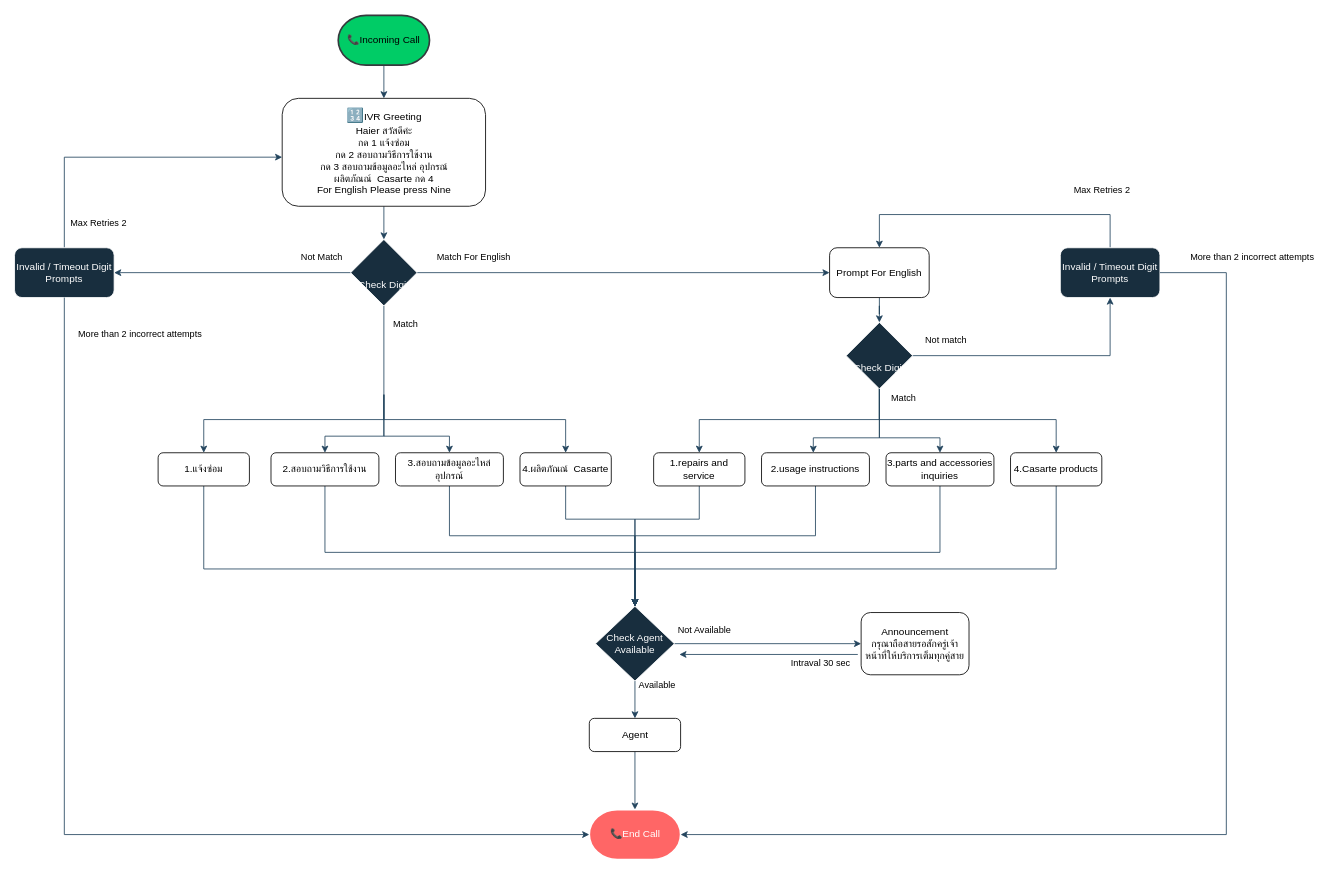
This is docs/Call Flow Haier.drawio from Anurak-Creator/ANURAK-HOMELAB, a draw.io file, before an edit. Source tidied: cells renumbered, new cells numbered last; positions are measured from the earlier drawing's top-left corner, leaving out a move shared by most shapes. Both pictures are drawn from the tidied source at 83%, with x=0, y=0 at pixel (14, 15).
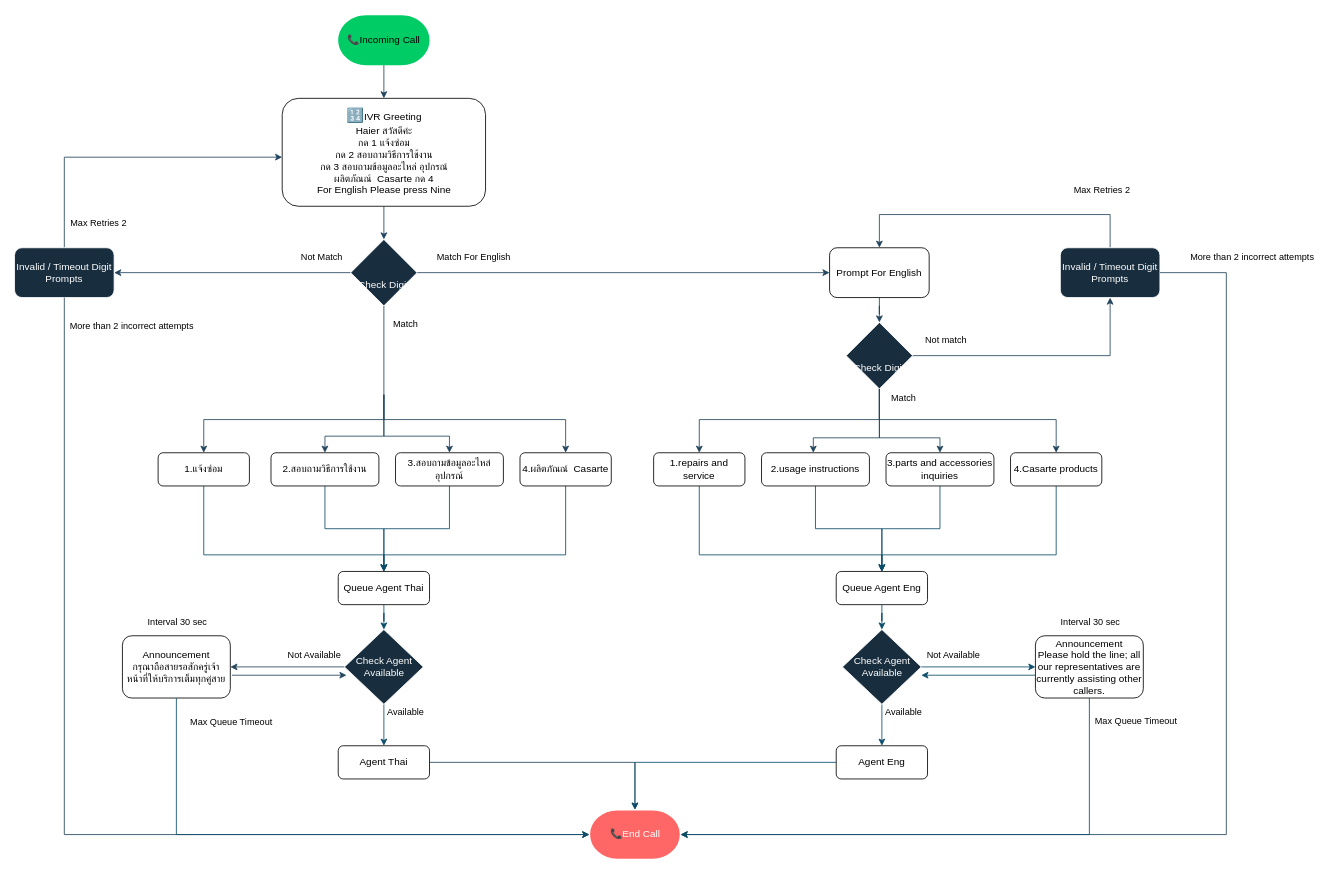
The same page after the edit.

The change refers to these unchanged cells:
```xml
<mxCell id="7" value="1.แจ้งซ่อม" style="rounded=1;whiteSpace=wrap;html=1;roundedPerimeter=1;" parent="1" vertex="1">
  <mxGeometry x="173" y="527" width="110" height="40" as="geometry" />
</mxCell>
<mxCell id="9" value="2.สอบถามวิธีการใช้งาน" style="rounded=1;whiteSpace=wrap;html=1;roundedPerimeter=1;" parent="1" vertex="1">
  <mxGeometry x="309" y="527" width="130" height="40" as="geometry" />
</mxCell>
<mxCell id="11" value="&lt;div&gt;3.สอบถามข้อมูลอะไหล่ อุปกรณ์&lt;/div&gt;" style="rounded=1;whiteSpace=wrap;html=1;roundedPerimeter=1;" parent="1" vertex="1">
  <mxGeometry x="459" y="527" width="130" height="40" as="geometry" />
</mxCell>
<mxCell id="13" value="4.ผลิตภัณณ์&amp;nbsp; Casarte" style="rounded=1;whiteSpace=wrap;html=1;roundedPerimeter=1;" parent="1" vertex="1">
  <mxGeometry x="609" y="527" width="110" height="40" as="geometry" />
</mxCell>
<mxCell id="35" value="1.repairs and service" style="rounded=1;whiteSpace=wrap;html=1;roundedPerimeter=1;" parent="1" vertex="1">
  <mxGeometry x="770" y="527" width="110" height="40" as="geometry" />
</mxCell>
<mxCell id="37" value="2.usage instructions" style="rounded=1;whiteSpace=wrap;html=1;roundedPerimeter=1;" parent="1" vertex="1">
  <mxGeometry x="900" y="527" width="130" height="40" as="geometry" />
</mxCell>
<mxCell id="39" value="&lt;div&gt;3.parts and accessories inquiries&lt;/div&gt;" style="rounded=1;whiteSpace=wrap;html=1;roundedPerimeter=1;" parent="1" vertex="1">
  <mxGeometry x="1050" y="527" width="130" height="40" as="geometry" />
</mxCell>
<mxCell id="41" value="4.Casarte products" style="rounded=1;whiteSpace=wrap;html=1;roundedPerimeter=1;" parent="1" vertex="1">
  <mxGeometry x="1200" y="527" width="110" height="40" as="geometry" />
</mxCell>
<mxCell id="50" value="📞End Call" style="strokeWidth=2;html=1;shape=mxgraph.flowchart.terminator;whiteSpace=wrap;labelBackgroundColor=none;fillColor=#FF6666;strokeColor=#FFFFFF;fontColor=#FFFFFF;" parent="1" vertex="1">
  <mxGeometry x="692.5" y="957" width="110" height="60" as="geometry" />
</mxCell>
<mxCell id="59" style="edgeStyle=orthogonalEdgeStyle;rounded=0;jettySize=auto;html=1;entryX=0;entryY=0.5;entryDx=0;entryDy=0;entryPerimeter=0;strokeColor=#23445D;defaultLabelBackgroundColor=page;" parent="1" edge="1" source="26" target="50">
  <mxGeometry relative="1" as="geometry">
    <Array as="points">
      <mxPoint x="60" y="987" />
    </Array>
  </mxGeometry>
</mxCell>
```

What changed in the source:
```diff
@@
-    <mxCell id="3" value="📞Incoming Call" style="strokeWidth=2;html=1;shape=mxgraph.flowchart.terminator;whiteSpace=wrap;labelBackgroundColor=none;fillColor=#00CC66;strokeColor=#36393d;" parent="1" vertex="1">
+    <mxCell id="3" value="📞Incoming Call" style="strokeWidth=2;html=1;shape=mxgraph.flowchart.terminator;whiteSpace=wrap;labelBackgroundColor=none;fillColor=#00CC66;strokeColor=none;" parent="1" vertex="1">
       <mxGeometry x="390" width="110" height="60" as="geometry" />
     </mxCell>
@@
-    <mxCell id="6" style="edgeStyle=orthogonalEdgeStyle;rounded=0;jettySize=auto;html=1;strokeColor=#23445D;defaultLabelBackgroundColor=page;" parent="1" edge="1" source="7" target="46">
-      <mxGeometry relative="1" as="geometry">
-        <Array as="points">
-          <mxPoint x="228" y="667" />
-          <mxPoint x="747.5" y="667" />
-        </Array>
-      </mxGeometry>
-    </mxCell>
+    <mxCell id="63" style="edgeStyle=orthogonalEdgeStyle;rounded=0;jettySize=auto;html=1;entryX=0.5;entryY=0;entryDx=0;entryDy=0;strokeColor=#0B4D6A;defaultLabelBackgroundColor=page;" parent="1" edge="1" source="7" target="74">
+      <mxGeometry relative="1" as="geometry">
+        <Array as="points">
+          <mxPoint x="228" y="650" />
+          <mxPoint x="445" y="650" />
+        </Array>
+      </mxGeometry>
+    </mxCell>
@@
-    <mxCell id="8" style="edgeStyle=orthogonalEdgeStyle;rounded=0;jettySize=auto;html=1;entryX=0.5;entryY=0;entryDx=0;entryDy=0;strokeColor=#23445D;defaultLabelBackgroundColor=page;exitX=0.5;exitY=1;exitDx=0;exitDy=0;" parent="1" edge="1" source="9" target="46">
-      <mxGeometry relative="1" as="geometry">
-        <Array as="points">
-          <mxPoint x="374" y="647" />
-          <mxPoint x="747.5" y="647" />
-        </Array>
-      </mxGeometry>
-    </mxCell>
+    <mxCell id="64" style="edgeStyle=orthogonalEdgeStyle;rounded=0;jettySize=auto;html=1;entryX=0.5;entryY=0;entryDx=0;entryDy=0;strokeColor=#0B4D6A;defaultLabelBackgroundColor=page;" parent="1" edge="1" source="9" target="74">
+      <mxGeometry relative="1" as="geometry" />
+    </mxCell>
@@
-    <mxCell id="10" style="edgeStyle=orthogonalEdgeStyle;rounded=0;jettySize=auto;html=1;strokeColor=#23445D;defaultLabelBackgroundColor=page;" parent="1" edge="1" source="11" target="46">
-      <mxGeometry relative="1" as="geometry">
-        <Array as="points">
-          <mxPoint x="524" y="627" />
-          <mxPoint x="747.5" y="627" />
-        </Array>
-      </mxGeometry>
-    </mxCell>
+    <mxCell id="65" style="edgeStyle=orthogonalEdgeStyle;rounded=0;jettySize=auto;html=1;entryX=0.5;entryY=0;entryDx=0;entryDy=0;strokeColor=#0B4D6A;defaultLabelBackgroundColor=page;" parent="1" edge="1" source="11" target="74">
+      <mxGeometry relative="1" as="geometry" />
+    </mxCell>
@@
-    <mxCell id="12" style="edgeStyle=orthogonalEdgeStyle;rounded=0;jettySize=auto;html=1;entryX=0.5;entryY=0;entryDx=0;entryDy=0;strokeColor=#23445D;defaultLabelBackgroundColor=page;" parent="1" edge="1" source="13" target="46">
-      <mxGeometry relative="1" as="geometry">
-        <Array as="points">
-          <mxPoint x="664" y="607" />
-          <mxPoint x="747.5" y="607" />
-        </Array>
-      </mxGeometry>
-    </mxCell>
+    <mxCell id="66" style="edgeStyle=orthogonalEdgeStyle;rounded=0;jettySize=auto;html=1;entryX=0.5;entryY=0;entryDx=0;entryDy=0;strokeColor=#0B4D6A;defaultLabelBackgroundColor=page;" parent="1" edge="1" source="13" target="74">
+      <mxGeometry relative="1" as="geometry">
+        <Array as="points">
+          <mxPoint x="664" y="650" />
+          <mxPoint x="445" y="650" />
+        </Array>
+      </mxGeometry>
+    </mxCell>
@@
-    <mxCell id="34" style="edgeStyle=orthogonalEdgeStyle;rounded=0;jettySize=auto;html=1;entryX=0.5;entryY=0;entryDx=0;entryDy=0;strokeColor=#23445D;defaultLabelBackgroundColor=page;" parent="1" edge="1" source="35" target="46">
-      <mxGeometry relative="1" as="geometry">
-        <Array as="points">
-          <mxPoint x="825" y="607" />
-          <mxPoint x="747.5" y="607" />
-        </Array>
-      </mxGeometry>
-    </mxCell>
+    <mxCell id="67" style="edgeStyle=orthogonalEdgeStyle;rounded=0;jettySize=auto;html=1;strokeColor=#0B4D6A;defaultLabelBackgroundColor=page;" parent="1" edge="1" source="35" target="85">
+      <mxGeometry relative="1" as="geometry">
+        <Array as="points">
+          <mxPoint x="825" y="650" />
+          <mxPoint x="1045" y="650" />
+        </Array>
+      </mxGeometry>
+    </mxCell>
@@
-    <mxCell id="36" style="edgeStyle=orthogonalEdgeStyle;rounded=0;jettySize=auto;html=1;entryX=0.5;entryY=0;entryDx=0;entryDy=0;strokeColor=#23445D;defaultLabelBackgroundColor=page;" parent="1" edge="1" source="37" target="46">
-      <mxGeometry relative="1" as="geometry">
-        <Array as="points">
-          <mxPoint x="965" y="627" />
-          <mxPoint x="747.5" y="627" />
-        </Array>
-      </mxGeometry>
-    </mxCell>
+    <mxCell id="68" style="edgeStyle=orthogonalEdgeStyle;rounded=0;jettySize=auto;html=1;entryX=0.5;entryY=0;entryDx=0;entryDy=0;strokeColor=#0B4D6A;defaultLabelBackgroundColor=page;" parent="1" edge="1" source="37" target="85">
+      <mxGeometry relative="1" as="geometry" />
+    </mxCell>
@@
-    <mxCell id="38" style="edgeStyle=orthogonalEdgeStyle;rounded=0;jettySize=auto;html=1;entryX=0.5;entryY=0;entryDx=0;entryDy=0;strokeColor=#23445D;defaultLabelBackgroundColor=page;" parent="1" edge="1" source="39" target="46">
-      <mxGeometry relative="1" as="geometry">
-        <Array as="points">
-          <mxPoint x="1115" y="647" />
-          <mxPoint x="747.5" y="647" />
-        </Array>
-      </mxGeometry>
-    </mxCell>
+    <mxCell id="69" style="edgeStyle=orthogonalEdgeStyle;rounded=0;jettySize=auto;html=1;entryX=0.5;entryY=0;entryDx=0;entryDy=0;strokeColor=#0B4D6A;defaultLabelBackgroundColor=page;" parent="1" edge="1" source="39" target="85">
+      <mxGeometry relative="1" as="geometry" />
+    </mxCell>
@@
-    <mxCell id="40" style="edgeStyle=orthogonalEdgeStyle;rounded=0;jettySize=auto;html=1;strokeColor=#23445D;defaultLabelBackgroundColor=page;entryX=0.5;entryY=0;entryDx=0;entryDy=0;exitX=0.5;exitY=1;exitDx=0;exitDy=0;" parent="1" edge="1" source="41" target="46">
-      <mxGeometry x="0.26" relative="1" as="geometry">
-        <Array as="points">
-          <mxPoint x="1255" y="667" />
-          <mxPoint x="747.5" y="667" />
-        </Array>
-      </mxGeometry>
-    </mxCell>
+    <mxCell id="70" style="edgeStyle=orthogonalEdgeStyle;rounded=0;jettySize=auto;html=1;strokeColor=#0B4D6A;defaultLabelBackgroundColor=page;" parent="1" edge="1" source="41" target="85">
+      <mxGeometry relative="1" as="geometry">
+        <Array as="points">
+          <mxPoint x="1255" y="650" />
+          <mxPoint x="1045" y="650" />
+        </Array>
+      </mxGeometry>
+    </mxCell>
@@
+    <mxCell id="45" style="edgeStyle=orthogonalEdgeStyle;rounded=0;jettySize=auto;html=1;entryX=1;entryY=0.5;entryDx=0;entryDy=0;strokeColor=#23445D;defaultLabelBackgroundColor=page;startArrow=none;startFill=0;" parent="1" edge="1" source="46" target="49">
+      <mxGeometry relative="1" as="geometry" />
+    </mxCell>
+    <mxCell id="71" value="Not Available" style="edgeLabel;html=1;align=center;verticalAlign=middle;inheritText=1;defaultLabelBackgroundColor=page;" parent="45" vertex="1">
+      <mxGeometry x="-0.48" y="1" relative="1" as="geometry">
+        <mxPoint x="-1" y="-16" as="offset" />
+      </mxGeometry>
+    </mxCell>
-    <mxCell id="42" style="edgeStyle=orthogonalEdgeStyle;rounded=0;jettySize=auto;html=1;strokeColor=#23445D;defaultLabelBackgroundColor=page;" parent="1" edge="1" source="46" target="48">
+    <mxCell id="42" style="edgeStyle=orthogonalEdgeStyle;rounded=0;jettySize=auto;html=1;strokeColor=#0B4D6A;defaultLabelBackgroundColor=page;" parent="1" edge="1" source="46" target="48">
       <mxGeometry relative="1" as="geometry" />
     </mxCell>
-    <mxCell id="43" value="Available" style="edgeLabel;html=1;align=center;verticalAlign=middle;inheritText=1;defaultLabelBackgroundColor=page;" parent="42" vertex="1">
-      <mxGeometry x="-0.43" y="2" relative="1" as="geometry">
-        <mxPoint x="24" y="-9" as="offset" />
-      </mxGeometry>
-    </mxCell>
-    <mxCell id="44" value="Not Available" style="edgeLabel;html=1;align=center;verticalAlign=middle;inheritText=1;defaultLabelBackgroundColor=page;" parent="42" vertex="1">
-      <mxGeometry x="-0.43" y="2" relative="1" as="geometry">
-        <mxPoint x="81" y="-75" as="offset" />
-      </mxGeometry>
-    </mxCell>
-    <mxCell id="45" style="edgeStyle=orthogonalEdgeStyle;rounded=0;jettySize=auto;html=1;entryX=0;entryY=0.5;entryDx=0;entryDy=0;strokeColor=#23445D;defaultLabelBackgroundColor=page;startArrow=none;startFill=0;" parent="1" edge="1" source="46" target="49">
-      <mxGeometry relative="1" as="geometry" />
-    </mxCell>
+    <mxCell id="72" value="Available" style="edgeLabel;html=1;align=center;verticalAlign=middle;inheritText=1;defaultLabelBackgroundColor=page;" parent="42" vertex="1">
+      <mxGeometry x="-0.69" y="-2" relative="1" as="geometry">
+        <mxPoint x="27" as="offset" />
+      </mxGeometry>
+    </mxCell>
     <mxCell id="46" value="Check Agent Available" style="rhombus;whiteSpace=wrap;html=1;shapeInside=1;strokeColor=#FFFFFF;fontColor=#FFFFFF;fillColor=#182E3E;" parent="1" vertex="1">
-      <mxGeometry x="700" y="712" width="95" height="90" as="geometry" />
+      <mxGeometry x="397.5" y="740" width="95" height="90" as="geometry" />
     </mxCell>
@@
-    <mxCell id="48" value="Agent" style="rounded=1;whiteSpace=wrap;html=1;roundedPerimeter=1;" parent="1" vertex="1">
-      <mxGeometry x="692.5" y="847" width="110" height="40" as="geometry" />
+    <mxCell id="48" value="Agent Thai" style="rounded=1;whiteSpace=wrap;html=1;roundedPerimeter=1;" parent="1" vertex="1">
+      <mxGeometry x="390" y="880" width="110" height="40" as="geometry" />
     </mxCell>
     <mxCell id="49" value="&lt;div&gt;Announcement&lt;/div&gt;&lt;div&gt;กรุณาถือสายรอสักครู่เจ้าหน้าที่ให้บริการเต็มทุกคู่สาย&lt;/div&gt;" style="rounded=1;whiteSpace=wrap;html=1;roundedPerimeter=1;" parent="1" vertex="1">
-      <mxGeometry x="1020" y="719.5" width="130" height="75" as="geometry" />
+      <mxGeometry x="130" y="747.5" width="130" height="75" as="geometry" />
     </mxCell>
@@
-    <mxCell id="51" style="edgeStyle=orthogonalEdgeStyle;rounded=0;orthogonalLoop=1;jettySize=auto;html=1;entryX=0;entryY=0.5;entryDx=0;entryDy=0;strokeColor=#23445D;defaultLabelBackgroundColor=page;startArrow=classic;startFill=1;endArrow=none;endFill=0;" parent="1" edge="1">
-      <mxGeometry relative="1" as="geometry">
-        <mxPoint x="801" y="770" as="sourcePoint" />
-        <mxPoint x="1016" y="770" as="targetPoint" />
-      </mxGeometry>
-    </mxCell>
-    <mxCell id="52" value="Intraval 30 sec" style="edgeLabel;html=1;align=center;verticalAlign=middle;inheritText=1;defaultLabelBackgroundColor=page;" parent="51" vertex="1">
-      <mxGeometry x="0.67" y="-1" relative="1" as="geometry">
-        <mxPoint x="-11" y="9" as="offset" />
-      </mxGeometry>
-    </mxCell>
@@
     <mxCell id="60" value="More than 2 incorrect attempts" style="edgeLabel;html=1;align=center;verticalAlign=middle;inheritText=1;defaultLabelBackgroundColor=page;" parent="59" vertex="1">
       <mxGeometry x="-0.87" y="1" relative="1" as="geometry">
-        <mxPoint x="89" y="-40" as="offset" />
+        <mxPoint x="79" y="-50" as="offset" />
       </mxGeometry>
     </mxCell>
@@
+    <mxCell id="73" style="edgeStyle=orthogonalEdgeStyle;rounded=0;jettySize=auto;html=1;strokeColor=#0B4D6A;defaultLabelBackgroundColor=page;" parent="1" edge="1" source="74" target="46">
+      <mxGeometry relative="1" as="geometry" />
+    </mxCell>
+    <mxCell id="74" value="Queue Agent Thai" style="rounded=1;whiteSpace=wrap;html=1;roundedPerimeter=1;" parent="1" vertex="1">
+      <mxGeometry x="390" y="670" width="110" height="40" as="geometry" />
+    </mxCell>
+    <mxCell id="75" style="edgeStyle=orthogonalEdgeStyle;rounded=0;jettySize=auto;html=1;entryX=0;entryY=0.5;entryDx=0;entryDy=0;entryPerimeter=0;strokeColor=#0B4D6A;defaultLabelBackgroundColor=page;" parent="1" edge="1" source="49" target="50">
+      <mxGeometry relative="1" as="geometry">
+        <Array as="points">
+          <mxPoint x="195" y="987" />
+        </Array>
+      </mxGeometry>
+    </mxCell>
+    <mxCell id="76" value="Max Queue Timeout" style="edgeLabel;html=1;align=center;verticalAlign=middle;inheritText=1;defaultLabelBackgroundColor=page;" parent="75" vertex="1">
+      <mxGeometry x="-0.87" y="1" relative="1" as="geometry">
+        <mxPoint x="64" y="-15" as="offset" />
+      </mxGeometry>
+    </mxCell>
+    <mxCell id="77" style="edgeStyle=orthogonalEdgeStyle;rounded=0;jettySize=auto;html=1;strokeColor=#0B4D6A;defaultLabelBackgroundColor=page;" parent="1" edge="1" source="81" target="82">
+      <mxGeometry relative="1" as="geometry" />
+    </mxCell>
+    <mxCell id="78" value="Available" style="edgeLabel;html=1;align=center;verticalAlign=middle;inheritText=1;defaultLabelBackgroundColor=page;" parent="77" vertex="1">
+      <mxGeometry x="-0.69" y="-2" relative="1" as="geometry">
+        <mxPoint x="27" as="offset" />
+      </mxGeometry>
+    </mxCell>
+    <mxCell id="79" style="edgeStyle=orthogonalEdgeStyle;rounded=0;jettySize=auto;html=1;entryX=0;entryY=0.5;entryDx=0;entryDy=0;strokeColor=#0B4D6A;defaultLabelBackgroundColor=page;" parent="1" edge="1" source="81" target="83">
+      <mxGeometry relative="1" as="geometry" />
+    </mxCell>
+    <mxCell id="80" value="Not Available" style="edgeLabel;html=1;align=center;verticalAlign=middle;inheritText=1;defaultLabelBackgroundColor=page;" parent="79" vertex="1">
+      <mxGeometry x="-0.41" y="2" relative="1" as="geometry">
+        <mxPoint x="-3" y="-13" as="offset" />
+      </mxGeometry>
+    </mxCell>
+    <mxCell id="81" value="Check Agent Available" style="rhombus;whiteSpace=wrap;html=1;shapeInside=1;strokeColor=#FFFFFF;fontColor=#FFFFFF;fillColor=#182E3E;" parent="1" vertex="1">
+      <mxGeometry x="997.5" y="740" width="95" height="90" as="geometry" />
+    </mxCell>
+    <mxCell id="82" value="Agent Eng" style="rounded=1;whiteSpace=wrap;html=1;roundedPerimeter=1;" parent="1" vertex="1">
+      <mxGeometry x="990" y="880" width="110" height="40" as="geometry" />
+    </mxCell>
+    <mxCell id="83" value="&lt;div&gt;Announcement&lt;/div&gt;&lt;div&gt;Please hold the line; all our representatives are currently assisting other callers.&lt;/div&gt;" style="rounded=1;whiteSpace=wrap;html=1;roundedPerimeter=1;" parent="1" vertex="1">
+      <mxGeometry x="1230" y="747.5" width="130" height="75" as="geometry" />
+    </mxCell>
+    <mxCell id="84" style="edgeStyle=orthogonalEdgeStyle;rounded=0;jettySize=auto;html=1;strokeColor=#0B4D6A;defaultLabelBackgroundColor=page;" parent="1" edge="1" source="85" target="81">
+      <mxGeometry relative="1" as="geometry" />
+    </mxCell>
+    <mxCell id="85" value="Queue Agent Eng" style="rounded=1;whiteSpace=wrap;html=1;roundedPerimeter=1;" parent="1" vertex="1">
+      <mxGeometry x="990" y="670" width="110" height="40" as="geometry" />
+    </mxCell>
+    <mxCell id="86" style="edgeStyle=orthogonalEdgeStyle;rounded=0;jettySize=auto;html=1;entryX=1;entryY=0.5;entryDx=0;entryDy=0;entryPerimeter=0;strokeColor=#0B4D6A;defaultLabelBackgroundColor=page;" parent="1" edge="1" source="83" target="50">
+      <mxGeometry relative="1" as="geometry">
+        <Array as="points">
+          <mxPoint x="1295" y="987" />
+        </Array>
+      </mxGeometry>
+    </mxCell>
+    <mxCell id="87" value="Max Queue Timeout" style="edgeLabel;html=1;align=center;verticalAlign=middle;inheritText=1;defaultLabelBackgroundColor=page;" parent="86" vertex="1">
+      <mxGeometry x="-0.85" relative="1" as="geometry">
+        <mxPoint x="55" y="-22" as="offset" />
+      </mxGeometry>
+    </mxCell>
+    <mxCell id="88" style="edgeStyle=orthogonalEdgeStyle;rounded=0;orthogonalLoop=1;jettySize=auto;html=1;entryX=0;entryY=0.5;entryDx=0;entryDy=0;strokeColor=#0B4D6A;defaultLabelBackgroundColor=page;endArrow=none;endFill=0;startArrow=classic;startFill=1;" parent="1" edge="1">
+      <mxGeometry relative="1" as="geometry">
+        <mxPoint x="1092.5" y="795" as="sourcePoint" />
+        <mxPoint x="1229.5" y="795" as="targetPoint" />
+      </mxGeometry>
+    </mxCell>
+    <mxCell id="89" value="Interval 30 sec" style="edgeLabel;html=1;align=center;verticalAlign=middle;inheritText=1;defaultLabelBackgroundColor=page;" parent="88" vertex="1">
+      <mxGeometry x="0.33" y="-1" relative="1" as="geometry">
+        <mxPoint x="112" y="-66" as="offset" />
+      </mxGeometry>
+    </mxCell>
+    <mxCell id="90" style="edgeStyle=orthogonalEdgeStyle;rounded=0;orthogonalLoop=1;jettySize=auto;html=1;entryX=1;entryY=0.5;entryDx=0;entryDy=0;strokeColor=#23445D;defaultLabelBackgroundColor=page;startArrow=classic;startFill=1;endArrow=none;endFill=0;" parent="1" edge="1">
+      <mxGeometry relative="1" as="geometry">
+        <mxPoint x="400" y="795" as="sourcePoint" />
+        <mxPoint x="262" y="795" as="targetPoint" />
+      </mxGeometry>
+    </mxCell>
+    <mxCell id="91" value="Interval 30 sec" style="edgeLabel;html=1;align=center;verticalAlign=middle;inheritText=1;defaultLabelBackgroundColor=page;" parent="90" vertex="1">
+      <mxGeometry x="-0.48" y="1" relative="1" as="geometry">
+        <mxPoint x="-169" y="-66" as="offset" />
+      </mxGeometry>
+    </mxCell>
+    <mxCell id="92" style="edgeStyle=orthogonalEdgeStyle;rounded=0;jettySize=auto;html=1;entryX=0.5;entryY=0;entryDx=0;entryDy=0;entryPerimeter=0;strokeColor=#0B4D6A;defaultLabelBackgroundColor=page;" parent="1" edge="1" source="82" target="50">
+      <mxGeometry relative="1" as="geometry" />
+    </mxCell>
```
